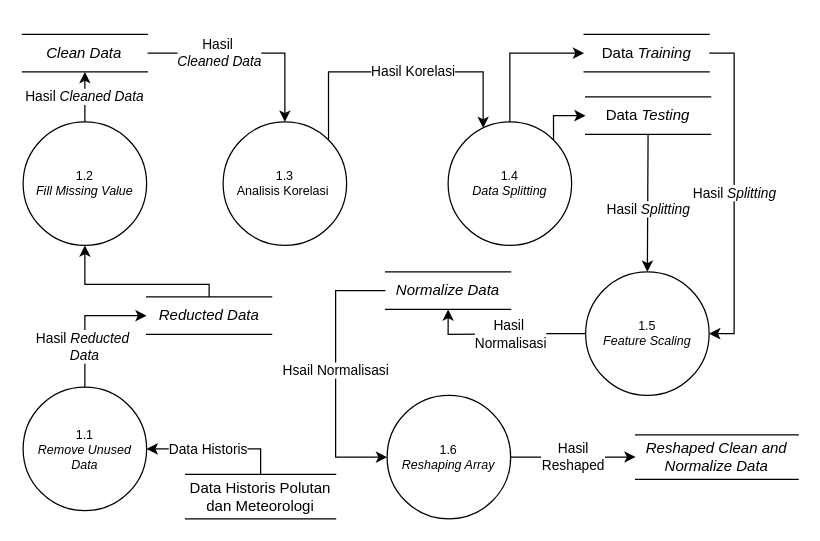
Before: page "Page-4" (4 of 12) of sistem.drawio in lullabymav/skrpsi, a draw.io diagram. Source tidied: cells renumbered, new cells numbered last; positions are measured from the earlier drawing's top-left corner, leaving out a move shared by most shapes. Both pictures are drawn from the tidied source at 125%, with x=0, y=0 at pixel (21, 34).
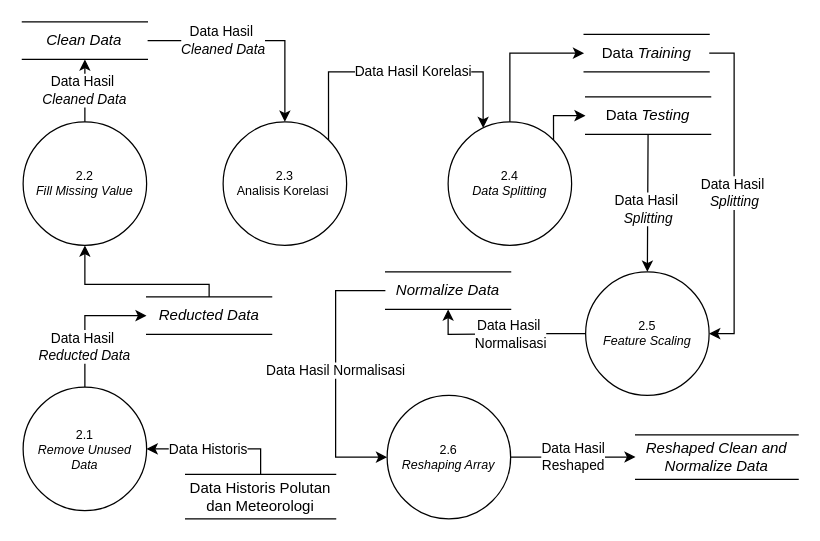
The same diagram, later.

The change refers to these unchanged cells:
```xml
<mxCell id="17" value="Reducted Data" style="html=1;dashed=0;whiteSpace=wrap;shape=partialRectangle;right=0;left=0;fontStyle=2;" parent="1" vertex="1">
  <mxGeometry x="99.8" y="210" width="100" height="30" as="geometry" />
</mxCell>
<mxCell id="23" value="Data&lt;i&gt; Training&lt;/i&gt;" style="html=1;dashed=0;whiteSpace=wrap;shape=partialRectangle;right=0;left=0;" parent="1" vertex="1">
  <mxGeometry x="449.8" width="100" height="30" as="geometry" />
</mxCell>
<mxCell id="24" value="Data &lt;i&gt;Testing&lt;/i&gt;" style="html=1;dashed=0;whiteSpace=wrap;shape=partialRectangle;right=0;left=0;" parent="1" vertex="1">
  <mxGeometry x="451" y="50" width="100" height="30" as="geometry" />
</mxCell>
<mxCell id="26" value="&lt;i&gt;Normalize Data&lt;/i&gt;" style="html=1;dashed=0;whiteSpace=wrap;shape=partialRectangle;right=0;left=0;" parent="1" vertex="1">
  <mxGeometry x="291" y="190" width="100" height="30" as="geometry" />
</mxCell>
<mxCell id="27" value="&lt;i&gt;Reshaped Clean and Normalize Data&lt;/i&gt;" style="html=1;dashed=0;whiteSpace=wrap;shape=partialRectangle;right=0;left=0;" parent="1" vertex="1">
  <mxGeometry x="491" y="320.3" width="130" height="35.6" as="geometry" />
</mxCell>
```

Diff of the diagram source:
```diff
@@
-    <mxCell id="2" value="Hasil &lt;i&gt;Reducted&amp;nbsp;&lt;/i&gt;&lt;div&gt;&lt;i&gt;Data&lt;/i&gt;&lt;/div&gt;" style="edgeStyle=orthogonalEdgeStyle;rounded=0;jettySize=auto;html=1;exitX=0.5;exitY=0;exitDx=0;exitDy=0;entryX=0;entryY=0.5;entryDx=0;entryDy=0;" parent="1" edge="1" source="3" target="17">
+    <mxCell id="2" value="Data Hasil&amp;nbsp;&lt;div&gt;&lt;i&gt;Reducted&amp;nbsp;&lt;/i&gt;&lt;i&gt;Data&lt;/i&gt;&lt;/div&gt;" style="edgeStyle=orthogonalEdgeStyle;rounded=0;jettySize=auto;html=1;exitX=0.5;exitY=0;exitDx=0;exitDy=0;entryX=0;entryY=0.5;entryDx=0;entryDy=0;" parent="1" edge="1" source="3" target="17">
       <mxGeometry x="-0.4" relative="1" as="geometry" />
     </mxCell>
-    <mxCell id="3" value="1.1&lt;div&gt;&lt;i&gt;Remove Unused Data&lt;/i&gt;&lt;/div&gt;" style="ellipse;whiteSpace=wrap;html=1;fontSize=10;" parent="1" vertex="1">
+    <mxCell id="3" value="2.1&lt;div&gt;&lt;i&gt;Remove Unused Data&lt;/i&gt;&lt;/div&gt;" style="ellipse;whiteSpace=wrap;html=1;fontSize=10;" parent="1" vertex="1">
       <mxGeometry x="1" y="282.2" width="98.8" height="98.8" as="geometry" />
     </mxCell>
-    <mxCell id="4" value="Hasil &lt;i&gt;Cleaned Data&lt;/i&gt;" style="edgeStyle=orthogonalEdgeStyle;rounded=0;jettySize=auto;html=1;exitX=0.5;exitY=0;exitDx=0;exitDy=0;entryX=0.5;entryY=1;entryDx=0;entryDy=0;" parent="1" edge="1" source="5" target="19">
+    <mxCell id="4" value="Data Hasil&amp;nbsp;&lt;div&gt;&lt;i&gt;Cleaned Data&lt;/i&gt;&lt;/div&gt;" style="edgeStyle=orthogonalEdgeStyle;rounded=0;jettySize=auto;html=1;exitX=0.5;exitY=0;exitDx=0;exitDy=0;entryX=0.5;entryY=1;entryDx=0;entryDy=0;" parent="1" edge="1" source="5" target="19">
       <mxGeometry relative="1" as="geometry" />
     </mxCell>
-    <mxCell id="5" value="1.2&lt;div&gt;&lt;i&gt;Fill Missing Value&lt;/i&gt;&lt;/div&gt;" style="ellipse;whiteSpace=wrap;html=1;fontSize=10;" parent="1" vertex="1">
+    <mxCell id="5" value="2.2&lt;div&gt;&lt;i&gt;Fill Missing Value&lt;/i&gt;&lt;/div&gt;" style="ellipse;whiteSpace=wrap;html=1;fontSize=10;" parent="1" vertex="1">
       <mxGeometry x="1" y="70" width="98.8" height="98.8" as="geometry" />
     </mxCell>
-    <mxCell id="6" value="Hasil Korelasi" style="edgeStyle=orthogonalEdgeStyle;rounded=0;jettySize=auto;html=1;exitX=1;exitY=0;exitDx=0;exitDy=0;" parent="1" edge="1" source="7" target="11">
+    <mxCell id="6" value="Data Hasil Korelasi" style="edgeStyle=orthogonalEdgeStyle;rounded=0;jettySize=auto;html=1;exitX=1;exitY=0;exitDx=0;exitDy=0;" parent="1" edge="1" source="7" target="11">
       <mxGeometry x="0.09" relative="1" as="geometry">
         <Array as="points">
           <mxPoint x="245" y="30" />
           <mxPoint x="369" y="30" />
         </Array>
       </mxGeometry>
     </mxCell>
-    <mxCell id="7" value="1.3&lt;div&gt;Analisis Korelasi&amp;nbsp;&lt;/div&gt;" style="ellipse;whiteSpace=wrap;html=1;fontSize=10;" parent="1" vertex="1">
+    <mxCell id="7" value="2.3&lt;div&gt;Analisis Korelasi&amp;nbsp;&lt;/div&gt;" style="ellipse;whiteSpace=wrap;html=1;fontSize=10;" parent="1" vertex="1">
       <mxGeometry x="161" y="70" width="98.8" height="98.8" as="geometry" />
     </mxCell>
-    <mxCell id="8" value="Hasil &lt;i&gt;Splitting&lt;/i&gt;" style="edgeStyle=orthogonalEdgeStyle;rounded=0;jettySize=auto;html=1;exitX=0.5;exitY=1;exitDx=0;exitDy=0;entryX=0.5;entryY=0;entryDx=0;entryDy=0;" parent="1" edge="1" source="24" target="13">
+    <mxCell id="8" value="Data Hasil&amp;nbsp;&lt;div&gt;&lt;i&gt;Splitting&lt;/i&gt;&lt;/div&gt;" style="edgeStyle=orthogonalEdgeStyle;rounded=0;jettySize=auto;html=1;exitX=0.5;exitY=1;exitDx=0;exitDy=0;entryX=0.5;entryY=0;entryDx=0;entryDy=0;" parent="1" edge="1" source="24" target="13">
       <mxGeometry x="0.21" relative="1" as="geometry">
         <Array as="points">
           <mxPoint x="501" y="72" />
           <mxPoint x="500" y="190" />
         </Array>
       </mxGeometry>
     </mxCell>
@@
-    <mxCell id="11" value="1.4&lt;div&gt;&lt;i&gt;Data Splitting&lt;/i&gt;&lt;/div&gt;" style="ellipse;whiteSpace=wrap;html=1;fontSize=10;" parent="1" vertex="1">
+    <mxCell id="11" value="2.4&lt;div&gt;&lt;i&gt;Data Splitting&lt;/i&gt;&lt;/div&gt;" style="ellipse;whiteSpace=wrap;html=1;fontSize=10;" parent="1" vertex="1">
       <mxGeometry x="341" y="70" width="98.8" height="98.8" as="geometry" />
     </mxCell>
-    <mxCell id="12" value="Hasil&amp;nbsp;&lt;div&gt;Normalisasi&lt;/div&gt;" style="edgeStyle=orthogonalEdgeStyle;rounded=0;jettySize=auto;html=1;exitX=0;exitY=0.5;exitDx=0;exitDy=0;entryX=0.5;entryY=1;entryDx=0;entryDy=0;" parent="1" edge="1" source="13" target="26">
+    <mxCell id="12" value="Data Hasil&amp;nbsp;&lt;div&gt;Normalisasi&lt;/div&gt;" style="edgeStyle=orthogonalEdgeStyle;rounded=0;jettySize=auto;html=1;exitX=0;exitY=0.5;exitDx=0;exitDy=0;entryX=0.5;entryY=1;entryDx=0;entryDy=0;" parent="1" edge="1" source="13" target="26">
       <mxGeometry x="-0.07" relative="1" as="geometry" />
     </mxCell>
-    <mxCell id="13" value="1.5&lt;div&gt;&lt;span style=&quot;background-color: initial;&quot;&gt;&lt;i&gt;Feature Scaling&lt;/i&gt;&lt;/span&gt;&lt;/div&gt;" style="ellipse;whiteSpace=wrap;html=1;fontSize=10;" parent="1" vertex="1">
+    <mxCell id="13" value="2.5&lt;div&gt;&lt;span style=&quot;background-color: initial;&quot;&gt;&lt;i&gt;Feature Scaling&lt;/i&gt;&lt;/span&gt;&lt;/div&gt;" style="ellipse;whiteSpace=wrap;html=1;fontSize=10;" parent="1" vertex="1">
       <mxGeometry x="451" y="190" width="98.8" height="98.8" as="geometry" />
     </mxCell>
-    <mxCell id="14" value="Hasil&lt;div&gt;Reshaped&lt;/div&gt;" style="edgeStyle=orthogonalEdgeStyle;rounded=0;jettySize=auto;html=1;exitX=1;exitY=0.5;exitDx=0;exitDy=0;" parent="1" edge="1" source="15" target="27">
+    <mxCell id="14" value="Data Hasil&lt;div&gt;Reshaped&lt;/div&gt;" style="edgeStyle=orthogonalEdgeStyle;rounded=0;jettySize=auto;html=1;exitX=1;exitY=0.5;exitDx=0;exitDy=0;" parent="1" edge="1" source="15" target="27">
       <mxGeometry relative="1" as="geometry" />
     </mxCell>
-    <mxCell id="15" value="1.6&lt;div&gt;&lt;i&gt;Reshaping Array&lt;/i&gt;&lt;/div&gt;" style="ellipse;whiteSpace=wrap;html=1;fontSize=10;" parent="1" vertex="1">
+    <mxCell id="15" value="2.6&lt;div&gt;&lt;i&gt;Reshaping Array&lt;/i&gt;&lt;/div&gt;" style="ellipse;whiteSpace=wrap;html=1;fontSize=10;" parent="1" vertex="1">
       <mxGeometry x="292.2" y="288.8" width="98.8" height="98.8" as="geometry" />
     </mxCell>
@@
-    <mxCell id="18" value="Hasil&amp;nbsp;&lt;div&gt;&lt;i&gt;Cleaned&amp;nbsp;&lt;/i&gt;&lt;i&gt;Data&lt;/i&gt;&lt;/div&gt;" style="edgeStyle=orthogonalEdgeStyle;rounded=0;jettySize=auto;html=1;" parent="1" edge="1" source="19" target="7">
+    <mxCell id="18" value="Data Hasil&amp;nbsp;&lt;div&gt;&lt;i&gt;Cleaned&amp;nbsp;&lt;/i&gt;&lt;i&gt;Data&lt;/i&gt;&lt;/div&gt;" style="edgeStyle=orthogonalEdgeStyle;rounded=0;jettySize=auto;html=1;" parent="1" edge="1" source="19" target="7">
       <mxGeometry x="-0.31" relative="1" as="geometry">
         <mxPoint x="1" as="offset" />
       </mxGeometry>
     </mxCell>
     <mxCell id="19" value="&lt;i&gt;Clean Data&lt;/i&gt;" style="html=1;dashed=0;whiteSpace=wrap;shape=partialRectangle;right=0;left=0;" parent="1" vertex="1">
-      <mxGeometry x="0.4" width="100" height="30" as="geometry" />
+      <mxGeometry x="0.4" y="-10" width="100" height="30" as="geometry" />
     </mxCell>
@@
-    <mxCell id="22" value="Hasil &lt;i&gt;Splitting&lt;/i&gt;" style="edgeStyle=orthogonalEdgeStyle;rounded=0;jettySize=auto;html=1;exitX=1;exitY=0.5;exitDx=0;exitDy=0;entryX=1;entryY=0.5;entryDx=0;entryDy=0;" parent="1" edge="1" source="23" target="13">
+    <mxCell id="22" value="Data Hasil&amp;nbsp;&lt;div&gt;&lt;i&gt;Splitting&lt;/i&gt;&lt;/div&gt;" style="edgeStyle=orthogonalEdgeStyle;rounded=0;jettySize=auto;html=1;exitX=1;exitY=0.5;exitDx=0;exitDy=0;entryX=1;entryY=0.5;entryDx=0;entryDy=0;" parent="1" edge="1" source="23" target="13">
       <mxGeometry relative="1" as="geometry" />
     </mxCell>
@@
-    <mxCell id="25" value="Hsail Normalisasi" style="edgeStyle=orthogonalEdgeStyle;rounded=0;jettySize=auto;html=1;exitX=0;exitY=0.5;exitDx=0;exitDy=0;entryX=0;entryY=0.5;entryDx=0;entryDy=0;" parent="1" edge="1" source="26" target="15">
+    <mxCell id="25" value="Data Hasil Normalisasi" style="edgeStyle=orthogonalEdgeStyle;rounded=0;jettySize=auto;html=1;exitX=0;exitY=0.5;exitDx=0;exitDy=0;entryX=0;entryY=0.5;entryDx=0;entryDy=0;" parent="1" edge="1" source="26" target="15">
       <mxGeometry x="-0.02" relative="1" as="geometry">
         <Array as="points">
           <mxPoint x="251" y="205" />
           <mxPoint x="251" y="338" />
         </Array>
         <mxPoint y="-1" as="offset" />
       </mxGeometry>
     </mxCell>
```
